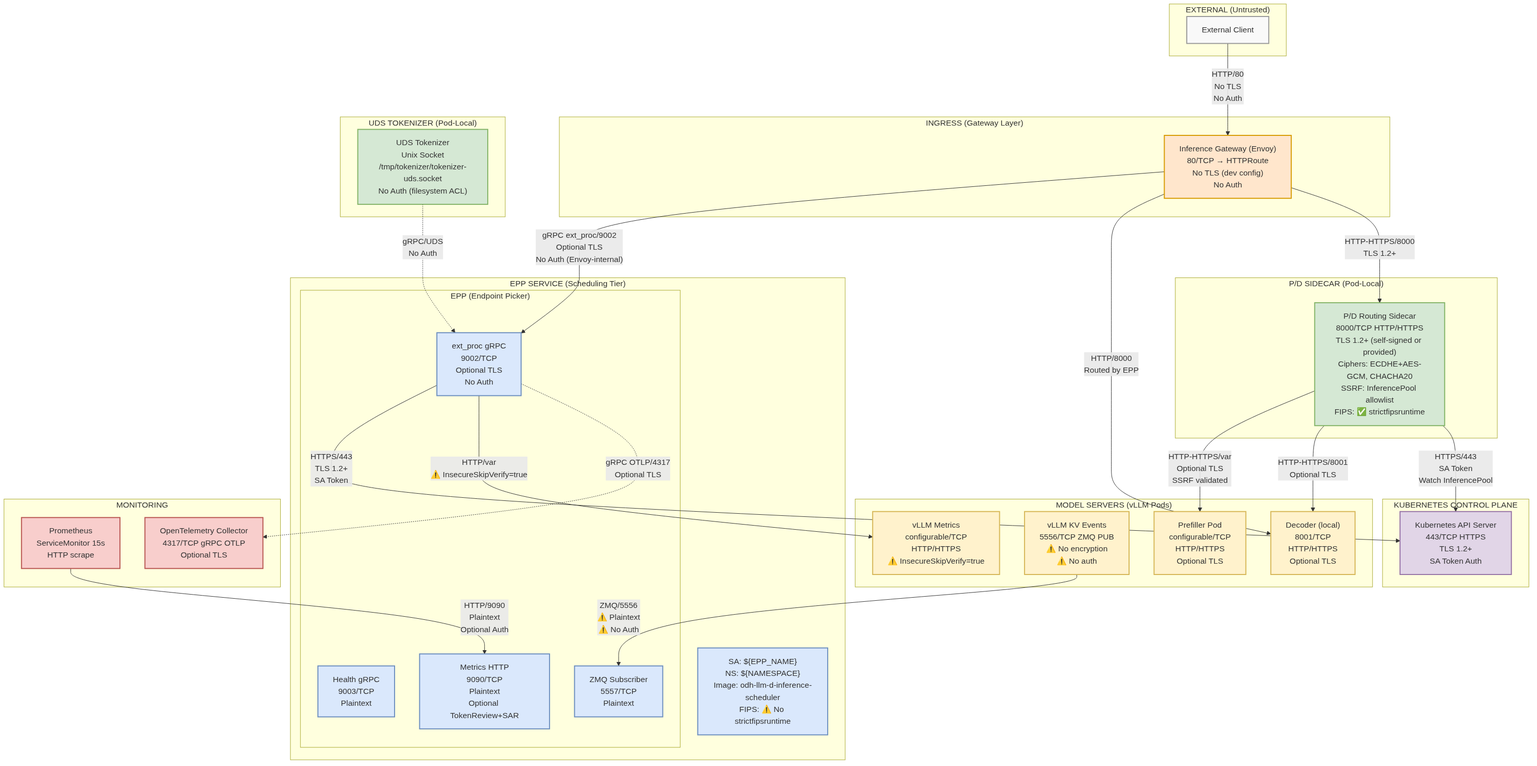
Above: architecture/rhoai.next/diagrams/llm-d-inference-scheduler-security-network.png in rhuss/architecture-context (Mermaid), before the change. Its source is kept beside it as architecture/rhoai.next/diagrams/llm-d-inference-scheduler-security-network.mmd. Its diagram source:
```mermaid
graph TB
    subgraph External["EXTERNAL (Untrusted)"]
        Client["External Client"]
    end

    subgraph Ingress["INGRESS (Gateway Layer)"]
        Gateway["Inference Gateway (Envoy)<br/>80/TCP → HTTPRoute<br/>No TLS (dev config)<br/>No Auth"]
    end

    subgraph EPPZone["EPP SERVICE (Scheduling Tier)"]
        direction TB

        subgraph EPPPorts["EPP (Endpoint Picker)"]
            EPP_ExtProc["ext_proc gRPC<br/>9002/TCP<br/>Optional TLS<br/>No Auth"]
            EPP_Health["Health gRPC<br/>9003/TCP<br/>Plaintext"]
            EPP_Metrics["Metrics HTTP<br/>9090/TCP<br/>Plaintext<br/>Optional TokenReview+SAR"]
            EPP_ZMQ["ZMQ Subscriber<br/>5557/TCP<br/>Plaintext"]
        end

        EPPInfo["SA: ${EPP_NAME}<br/>NS: ${NAMESPACE}<br/>Image: odh-llm-d-inference-scheduler<br/>FIPS: ⚠️ No strictfipsruntime"]
    end

    subgraph SidecarZone["P/D SIDECAR (Pod-Local)"]
        Sidecar["P/D Routing Sidecar<br/>8000/TCP HTTP/HTTPS<br/>TLS 1.2+ (self-signed or provided)<br/>Ciphers: ECDHE+AES-GCM, CHACHA20<br/>SSRF: InferencePool allowlist<br/>FIPS: ✅ strictfipsruntime"]
    end

    subgraph TokenizerZone["UDS TOKENIZER (Pod-Local)"]
        Tokenizer["UDS Tokenizer<br/>Unix Socket<br/>/tmp/tokenizer/tokenizer-uds.socket<br/>No Auth (filesystem ACL)"]
    end

    subgraph K8sZone["KUBERNETES CONTROL PLANE"]
        K8sAPI["Kubernetes API Server<br/>443/TCP HTTPS<br/>TLS 1.2+<br/>SA Token Auth"]
    end

    subgraph ModelServerZone["MODEL SERVERS (vLLM Pods)"]
        vLLM_Metrics["vLLM Metrics<br/>configurable/TCP<br/>HTTP/HTTPS<br/>⚠️ InsecureSkipVerify=true"]
        vLLM_KV["vLLM KV Events<br/>5556/TCP ZMQ PUB<br/>⚠️ No encryption<br/>⚠️ No auth"]
        vLLM_Prefill["Prefiller Pod<br/>configurable/TCP<br/>HTTP/HTTPS<br/>Optional TLS"]
        vLLM_Decode["Decoder (local)<br/>8001/TCP<br/>HTTP/HTTPS<br/>Optional TLS"]
    end

    subgraph Monitoring["MONITORING"]
        Prometheus["Prometheus<br/>ServiceMonitor 15s<br/>HTTP scrape"]
        OTel["OpenTelemetry Collector<br/>4317/TCP gRPC OTLP<br/>Optional TLS"]
    end

    Client -->|"HTTP/80<br/>No TLS<br/>No Auth"| Gateway

    Gateway -->|"gRPC ext_proc/9002<br/>Optional TLS<br/>No Auth (Envoy-internal)"| EPP_ExtProc

    EPP_ExtProc -->|"HTTPS/443<br/>TLS 1.2+<br/>SA Token"| K8sAPI

    EPP_ExtProc -->|"HTTP/var<br/>⚠️ InsecureSkipVerify=true"| vLLM_Metrics
    vLLM_KV -->|"ZMQ/5556<br/>⚠️ Plaintext<br/>⚠️ No Auth"| EPP_ZMQ

    Tokenizer -.->|"gRPC/UDS<br/>No Auth"| EPP_ExtProc

    Gateway -->|"HTTP/8000<br/>Routed by EPP"| vLLM_Decode

    Gateway -->|"HTTP-HTTPS/8000<br/>TLS 1.2+"| Sidecar

    Sidecar -->|"HTTP-HTTPS/var<br/>Optional TLS<br/>SSRF validated"| vLLM_Prefill
    Sidecar -->|"HTTP-HTTPS/8001<br/>Optional TLS"| vLLM_Decode

    Sidecar -->|"HTTPS/443<br/>SA Token<br/>Watch InferencePool"| K8sAPI

    Prometheus -->|"HTTP/9090<br/>Plaintext<br/>Optional Auth"| EPP_Metrics
    EPP_ExtProc -.->|"gRPC OTLP/4317<br/>Optional TLS"| OTel

    classDef external fill:#f9f9f9,stroke:#999,stroke-width:2px
    classDef ingress fill:#ffe6cc,stroke:#d79b00,stroke-width:2px
    classDef eppzone fill:#dae8fc,stroke:#6c8ebf,stroke-width:2px
    classDef sidecarzone fill:#d5e8d4,stroke:#82b366,stroke-width:2px
    classDef k8szone fill:#e1d5e7,stroke:#9673a6,stroke-width:2px
    classDef modelserver fill:#fff2cc,stroke:#d6b656,stroke-width:2px
    classDef monitoring fill:#f8cecc,stroke:#b85450,stroke-width:2px
    classDef warning fill:#ffcccc,stroke:#cc0000,stroke-width:2px

    class Client external
    class Gateway ingress
    class EPP_ExtProc,EPP_Health,EPP_Metrics,EPP_ZMQ,EPPInfo eppzone
    class Sidecar sidecarzone
    class Tokenizer sidecarzone
    class K8sAPI k8szone
    class vLLM_Metrics,vLLM_KV,vLLM_Prefill,vLLM_Decode modelserver
    class Prometheus,OTel monitoring
```
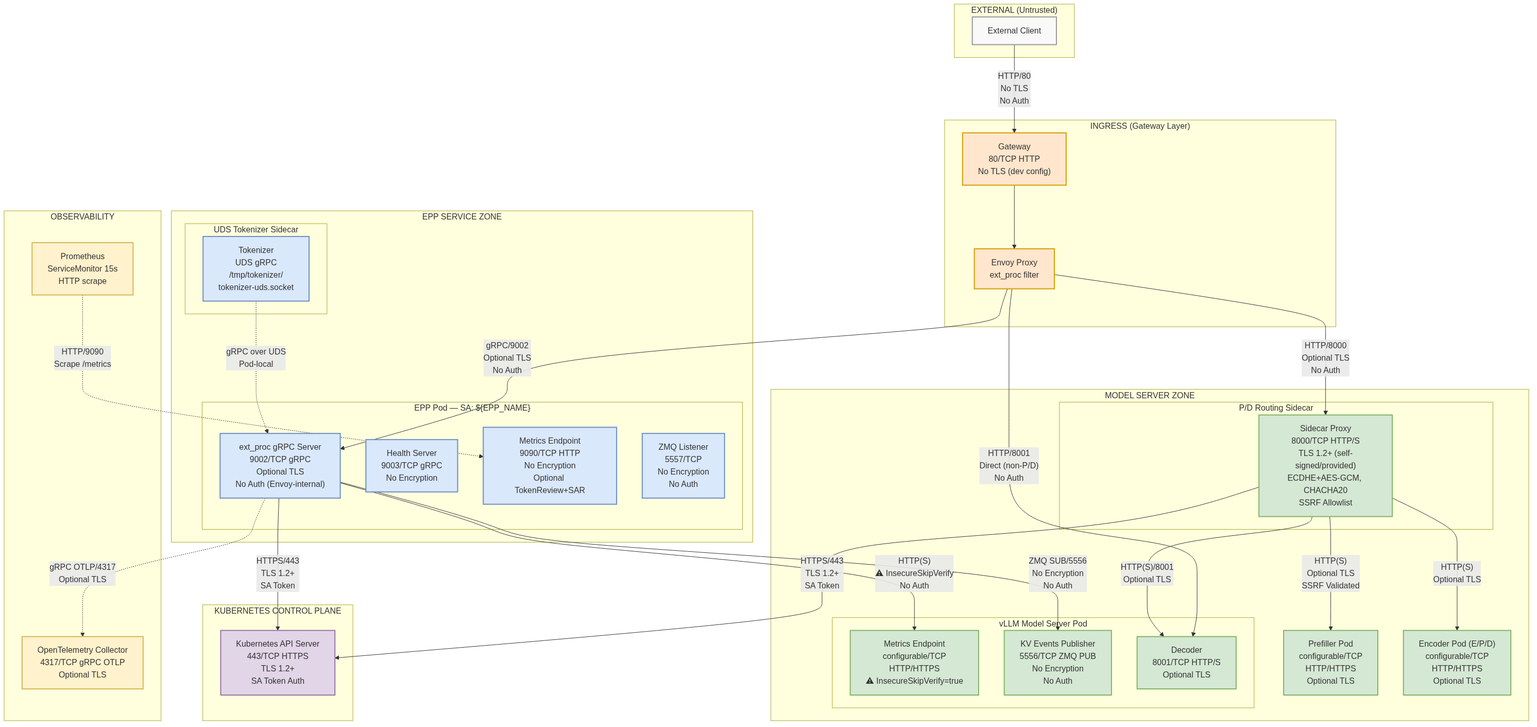
The same file after the commit.

What changed in the source:
```diff
@@ -4,83 +4,86 @@
     end
 
     subgraph Ingress["INGRESS (Gateway Layer)"]
-        Gateway["Inference Gateway (Envoy)<br/>80/TCP → HTTPRoute<br/>No TLS (dev config)<br/>No Auth"]
+        Gateway["Gateway<br/>80/TCP HTTP<br/>No TLS (dev config)"]
+        Envoy["Envoy Proxy<br/>ext_proc filter"]
+        Gateway --> Envoy
     end
 
-    subgraph EPPZone["EPP SERVICE (Scheduling Tier)"]
+    subgraph EPPZone["EPP SERVICE ZONE"]
         direction TB
 
-        subgraph EPPPorts["EPP (Endpoint Picker)"]
-            EPP_ExtProc["ext_proc gRPC<br/>9002/TCP<br/>Optional TLS<br/>No Auth"]
-            EPP_Health["Health gRPC<br/>9003/TCP<br/>Plaintext"]
-            EPP_Metrics["Metrics HTTP<br/>9090/TCP<br/>Plaintext<br/>Optional TokenReview+SAR"]
-            EPP_ZMQ["ZMQ Subscriber<br/>5557/TCP<br/>Plaintext"]
+        subgraph EPPPod["EPP Pod — SA: ${EPP_NAME}"]
+            ExtProc["ext_proc gRPC Server<br/>9002/TCP gRPC<br/>Optional TLS<br/>No Auth (Envoy-internal)"]
+            HealthSvc["Health Server<br/>9003/TCP gRPC<br/>No Encryption"]
+            MetricsSvc["Metrics Endpoint<br/>9090/TCP HTTP<br/>No Encryption<br/>Optional TokenReview+SAR"]
+            ZMQSvc["ZMQ Listener<br/>5557/TCP<br/>No Encryption<br/>No Auth"]
         end
 
-        EPPInfo["SA: ${EPP_NAME}<br/>NS: ${NAMESPACE}<br/>Image: odh-llm-d-inference-scheduler<br/>FIPS: ⚠️ No strictfipsruntime"]
+        subgraph TokenizerPod["UDS Tokenizer Sidecar"]
+            Tokenizer["Tokenizer<br/>UDS gRPC<br/>/tmp/tokenizer/<br/>tokenizer-uds.socket"]
+        end
     end
 
-    subgraph SidecarZone["P/D SIDECAR (Pod-Local)"]
-        Sidecar["P/D Routing Sidecar<br/>8000/TCP HTTP/HTTPS<br/>TLS 1.2+ (self-signed or provided)<br/>Ciphers: ECDHE+AES-GCM, CHACHA20<br/>SSRF: InferencePool allowlist<br/>FIPS: ✅ strictfipsruntime"]
-    end
-
-    subgraph TokenizerZone["UDS TOKENIZER (Pod-Local)"]
-        Tokenizer["UDS Tokenizer<br/>Unix Socket<br/>/tmp/tokenizer/tokenizer-uds.socket<br/>No Auth (filesystem ACL)"]
-    end
-
-    subgraph K8sZone["KUBERNETES CONTROL PLANE"]
+    subgraph K8sControl["KUBERNETES CONTROL PLANE"]
         K8sAPI["Kubernetes API Server<br/>443/TCP HTTPS<br/>TLS 1.2+<br/>SA Token Auth"]
     end
 
-    subgraph ModelServerZone["MODEL SERVERS (vLLM Pods)"]
-        vLLM_Metrics["vLLM Metrics<br/>configurable/TCP<br/>HTTP/HTTPS<br/>⚠️ InsecureSkipVerify=true"]
-        vLLM_KV["vLLM KV Events<br/>5556/TCP ZMQ PUB<br/>⚠️ No encryption<br/>⚠️ No auth"]
-        vLLM_Prefill["Prefiller Pod<br/>configurable/TCP<br/>HTTP/HTTPS<br/>Optional TLS"]
-        vLLM_Decode["Decoder (local)<br/>8001/TCP<br/>HTTP/HTTPS<br/>Optional TLS"]
+    subgraph ModelServerZone["MODEL SERVER ZONE"]
+        direction TB
+
+        subgraph vLLMPod["vLLM Model Server Pod"]
+            vLLMMetrics["Metrics Endpoint<br/>configurable/TCP<br/>HTTP/HTTPS<br/>⚠ InsecureSkipVerify=true"]
+            vLLMZMQ["KV Events Publisher<br/>5556/TCP ZMQ PUB<br/>No Encryption<br/>No Auth"]
+            vLLMDecoder["Decoder<br/>8001/TCP HTTP/S<br/>Optional TLS"]
+        end
+
+        subgraph SidecarPod["P/D Routing Sidecar"]
+            Sidecar["Sidecar Proxy<br/>8000/TCP HTTP/S<br/>TLS 1.2+ (self-signed/provided)<br/>ECDHE+AES-GCM, CHACHA20<br/>SSRF Allowlist"]
+        end
+
+        Prefiller["Prefiller Pod<br/>configurable/TCP<br/>HTTP/HTTPS<br/>Optional TLS"]
+        EncoderPod["Encoder Pod (E/P/D)<br/>configurable/TCP<br/>HTTP/HTTPS<br/>Optional TLS"]
     end
 
-    subgraph Monitoring["MONITORING"]
+    subgraph Observability["OBSERVABILITY"]
         Prometheus["Prometheus<br/>ServiceMonitor 15s<br/>HTTP scrape"]
         OTel["OpenTelemetry Collector<br/>4317/TCP gRPC OTLP<br/>Optional TLS"]
     end
 
     Client -->|"HTTP/80<br/>No TLS<br/>No Auth"| Gateway
 
-    Gateway -->|"gRPC ext_proc/9002<br/>Optional TLS<br/>No Auth (Envoy-internal)"| EPP_ExtProc
+    Envoy -->|"gRPC/9002<br/>Optional TLS<br/>No Auth"| ExtProc
 
-    EPP_ExtProc -->|"HTTPS/443<br/>TLS 1.2+<br/>SA Token"| K8sAPI
+    Envoy -->|"HTTP/8000<br/>Optional TLS<br/>No Auth"| Sidecar
+    Envoy -->|"HTTP/8001<br/>Direct (non-P/D)<br/>No Auth"| vLLMDecoder
 
-    EPP_ExtProc -->|"HTTP/var<br/>⚠️ InsecureSkipVerify=true"| vLLM_Metrics
-    vLLM_KV -->|"ZMQ/5556<br/>⚠️ Plaintext<br/>⚠️ No Auth"| EPP_ZMQ
+    ExtProc -->|"HTTPS/443<br/>TLS 1.2+<br/>SA Token"| K8sAPI
 
-    Tokenizer -.->|"gRPC/UDS<br/>No Auth"| EPP_ExtProc
+    ExtProc -->|"HTTP(S)<br/>⚠ InsecureSkipVerify<br/>No Auth"| vLLMMetrics
+    ExtProc -->|"ZMQ SUB/5556<br/>No Encryption<br/>No Auth"| vLLMZMQ
 
-    Gateway -->|"HTTP/8000<br/>Routed by EPP"| vLLM_Decode
+    Tokenizer -.->|"gRPC over UDS<br/>Pod-local"| ExtProc
 
-    Gateway -->|"HTTP-HTTPS/8000<br/>TLS 1.2+"| Sidecar
+    Sidecar -->|"HTTP(S)<br/>Optional TLS<br/>SSRF Validated"| Prefiller
+    Sidecar -->|"HTTP(S)/8001<br/>Optional TLS"| vLLMDecoder
+    Sidecar -->|"HTTP(S)<br/>Optional TLS"| EncoderPod
 
-    Sidecar -->|"HTTP-HTTPS/var<br/>Optional TLS<br/>SSRF validated"| vLLM_Prefill
-    Sidecar -->|"HTTP-HTTPS/8001<br/>Optional TLS"| vLLM_Decode
+    Sidecar -->|"HTTPS/443<br/>TLS 1.2+<br/>SA Token"| K8sAPI
 
-    Sidecar -->|"HTTPS/443<br/>SA Token<br/>Watch InferencePool"| K8sAPI
-
-    Prometheus -->|"HTTP/9090<br/>Plaintext<br/>Optional Auth"| EPP_Metrics
-    EPP_ExtProc -.->|"gRPC OTLP/4317<br/>Optional TLS"| OTel
+    Prometheus -.->|"HTTP/9090<br/>Scrape /metrics"| MetricsSvc
+    ExtProc -.->|"gRPC OTLP/4317<br/>Optional TLS"| OTel
 
     classDef external fill:#f9f9f9,stroke:#999,stroke-width:2px
     classDef ingress fill:#ffe6cc,stroke:#d79b00,stroke-width:2px
     classDef eppzone fill:#dae8fc,stroke:#6c8ebf,stroke-width:2px
-    classDef sidecarzone fill:#d5e8d4,stroke:#82b366,stroke-width:2px
-    classDef k8szone fill:#e1d5e7,stroke:#9673a6,stroke-width:2px
-    classDef modelserver fill:#fff2cc,stroke:#d6b656,stroke-width:2px
-    classDef monitoring fill:#f8cecc,stroke:#b85450,stroke-width:2px
-    classDef warning fill:#ffcccc,stroke:#cc0000,stroke-width:2px
+    classDef modelzone fill:#d5e8d4,stroke:#82b366,stroke-width:2px
+    classDef k8scontrol fill:#e1d5e7,stroke:#9673a6,stroke-width:2px
+    classDef observability fill:#fff2cc,stroke:#d6b656,stroke-width:2px
+    classDef warning fill:#f8cecc,stroke:#b85450,stroke-width:2px
 
     class Client external
-    class Gateway ingress
-    class EPP_ExtProc,EPP_Health,EPP_Metrics,EPP_ZMQ,EPPInfo eppzone
-    class Sidecar sidecarzone
-    class Tokenizer sidecarzone
-    class K8sAPI k8szone
-    class vLLM_Metrics,vLLM_KV,vLLM_Prefill,vLLM_Decode modelserver
-    class Prometheus,OTel monitoring
+    class Gateway,Envoy ingress
+    class ExtProc,HealthSvc,MetricsSvc,ZMQSvc,Tokenizer eppzone
+    class vLLMMetrics,vLLMZMQ,vLLMDecoder,Sidecar,Prefiller,EncoderPod modelzone
+    class K8sAPI k8scontrol
+    class Prometheus,OTel observability
```
